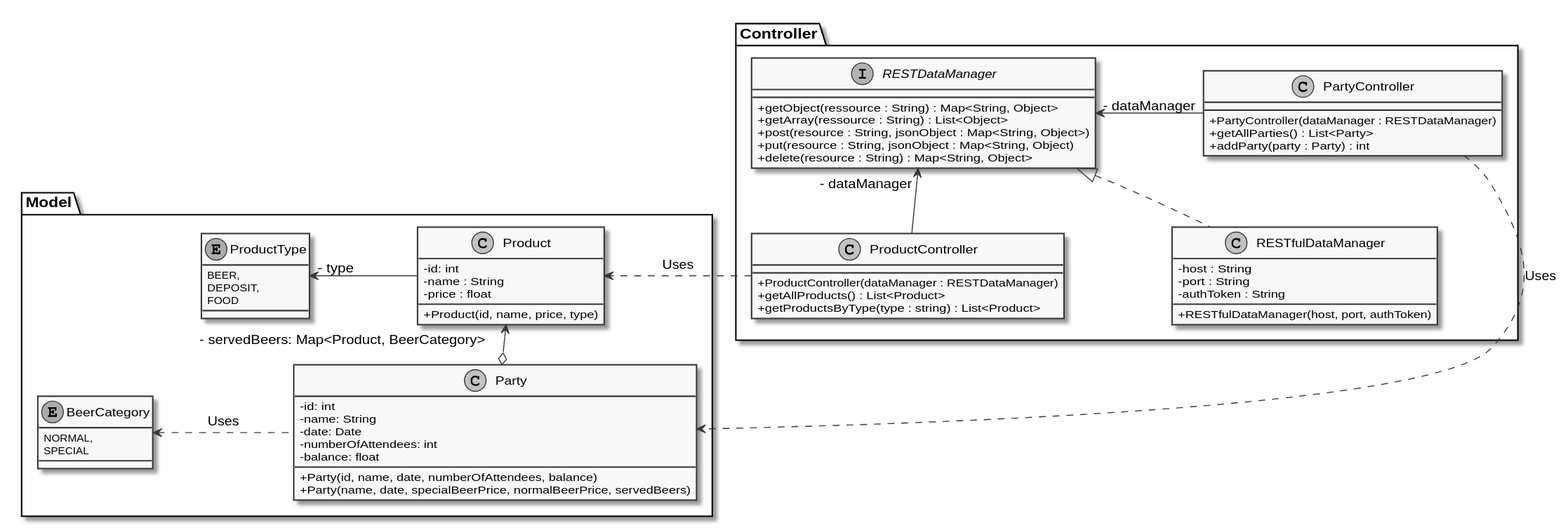
lutrampal/sbeereck-app keeps this PlantUML diagram as docs/front-end/classDiagram.svg. Above is the earlier version. Its diagram source:
```plantuml
@startuml
skinparam monochrome true
skinparam classAttributeIconSize 0
skinparam nodesep 110
skinparam ranksep 10

package Model {
	class Party {
		- id: int
		- name: String
		- date: Date
		- numberOfAttendees: int
		- balance: float
		+ Party(id, name, date, numberOfAttendees, balance)
		+ Party(name, date, specialBeerPrice, normalBeerPrice, servedBeers)
	}

	class Product {
		- id: int
		- name : String
		- price : float
		+ Product(id, name, price, type)
	}

	enum ProductType {
		BEER,
		DEPOSIT,
		FOOD
	}

	ProductType "- type" <- Product

	enum BeerCategory {
		NORMAL,
		SPECIAL
	}

	Product "- servedBeers: Map<Product, BeerCategory>" <--o Party

	BeerCategory <. Party : Uses
}

package Controller {
	interface RESTDataManager {
		+ getObject(ressource : String) : Map<String, Object>
		+ getArray(ressource : String) : List<Object>
		+ post(resource : String, jsonObject : Map<String, Object>)
		+ put(resource : String, jsonObject : Map<String, Object)
		+ delete(resource : String) : Map<String, Object>
	}

	class RESTfulDataManager {
		- host : String
		- port : String
		- authToken : String
		+ RESTfulDataManager(host, port, authToken)
	}

	RESTDataManager <|.. RESTfulDataManager


	class PartyController {
		+ PartyController(dataManager : RESTDataManager)
		+ getAllParties() : List<Party>
		+ addParty(party : Party) : int
	}

	RESTDataManager "- dataManager" <- PartyController

	class ProductController {
		+ ProductController(dataManager : RESTDataManager)
		+ getAllProducts() : List<Product>
		+ getProductsByType(type : string) : List<Product>
	}

	RESTDataManager "- dataManager" <-- ProductController
}

PartyController .> Party: Uses
ProductController .> Product : Uses
@enduml
```
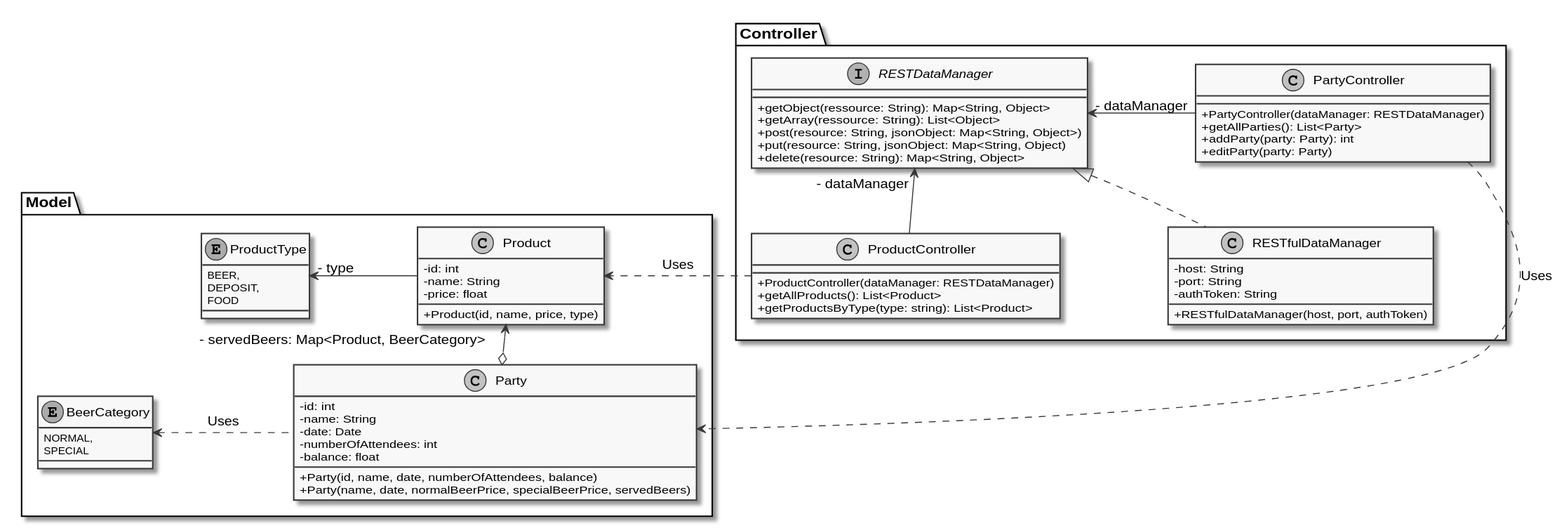
Above is the later version.

What changed in the source:
```diff
@@ -12,13 +12,13 @@
 		- numberOfAttendees: int
 		- balance: float
 		+ Party(id, name, date, numberOfAttendees, balance)
-		+ Party(name, date, specialBeerPrice, normalBeerPrice, servedBeers)
+		+ Party(name, date, normalBeerPrice, specialBeerPrice, servedBeers)
 	}
 
 	class Product {
 		- id: int
-		- name : String
-		- price : float
+		- name: String
+		- price: float
 		+ Product(id, name, price, type)
 	}
 
@@ -37,22 +37,22 @@
 
 	Product "- servedBeers: Map<Product, BeerCategory>" <--o Party
 
-	BeerCategory <. Party : Uses
+	BeerCategory <. Party: Uses
 }
 
 package Controller {
 	interface RESTDataManager {
-		+ getObject(ressource : String) : Map<String, Object>
-		+ getArray(ressource : String) : List<Object>
-		+ post(resource : String, jsonObject : Map<String, Object>)
-		+ put(resource : String, jsonObject : Map<String, Object)
-		+ delete(resource : String) : Map<String, Object>
+		+ getObject(ressource: String): Map<String, Object>
+		+ getArray(ressource: String): List<Object>
+		+ post(resource: String, jsonObject: Map<String, Object>)
+		+ put(resource: String, jsonObject: Map<String, Object)
+		+ delete(resource: String): Map<String, Object>
 	}
 
 	class RESTfulDataManager {
-		- host : String
-		- port : String
-		- authToken : String
+		- host: String
+		- port: String
+		- authToken: String
 		+ RESTfulDataManager(host, port, authToken)
 	}
 
@@ -60,22 +60,23 @@
 
 
 	class PartyController {
-		+ PartyController(dataManager : RESTDataManager)
-		+ getAllParties() : List<Party>
-		+ addParty(party : Party) : int
+		+ PartyController(dataManager: RESTDataManager)
+		+ getAllParties(): List<Party>
+		+ addParty(party: Party): int
+		+ editParty(party: Party)
 	}
 
 	RESTDataManager "- dataManager" <- PartyController
 
 	class ProductController {
-		+ ProductController(dataManager : RESTDataManager)
-		+ getAllProducts() : List<Product>
-		+ getProductsByType(type : string) : List<Product>
+		+ ProductController(dataManager: RESTDataManager)
+		+ getAllProducts(): List<Product>
+		+ getProductsByType(type: string): List<Product>
 	}
 
 	RESTDataManager "- dataManager" <-- ProductController
 }
 
 PartyController .> Party: Uses
-ProductController .> Product : Uses
+ProductController .> Product: Uses
 @enduml
```
